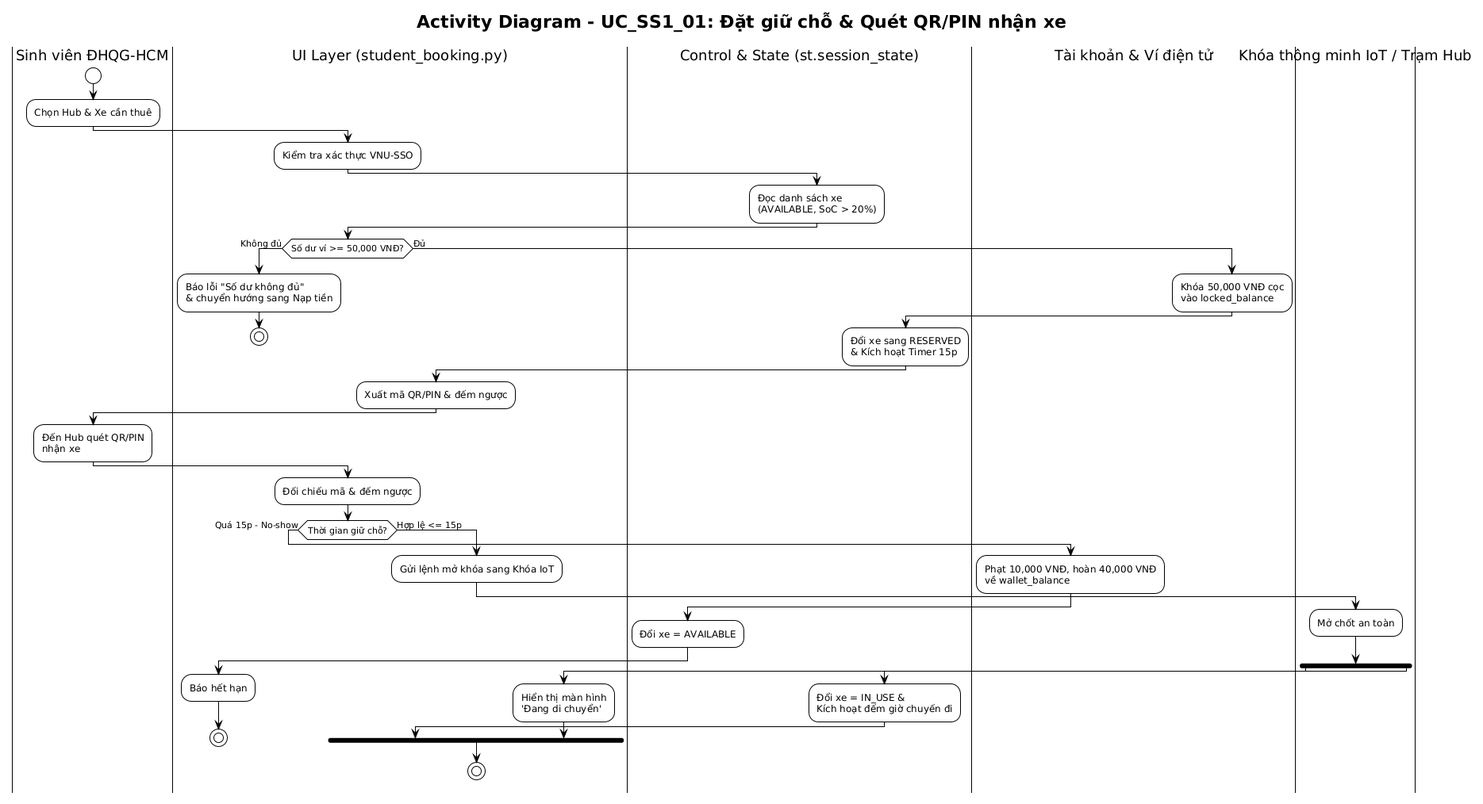
The PlantUML diagram docs/diagrams/Use-case detail-scenario/SS1/Activity diagrams/UC_SS1_01_NguyenThanhDat_activity.png in Dat-nguyen195/BTL_1_CNPM, before a commit. The source it was exported from:
```plantuml
@startuml
!theme plain
skinparam activityMessageAlign center

title Activity Diagram - UC_SS1_01: Đặt giữ chỗ & Quét QR/PIN nhận xe

|Sinh viên ĐHQG-HCM|
start
:Chọn Hub & Xe cần thuê;

|UI Layer (student_booking.py)|
:Kiểm tra xác thực VNU-SSO;

|Control & State (st.session_state)|
:Đọc danh sách xe\n(AVAILABLE, SoC > 20%);

|UI Layer (student_booking.py)|
if (Số dư ví >= 50,000 VNĐ?) then (Không đủ)
  :Báo lỗi "Số dư không đủ"\n& chuyển hướng sang Nạp tiền;
  stop
else (Đủ)
  |Tài khoản & Ví điện tử|
  :Khóa 50,000 VNĐ cọc\nvào locked_balance;

  |Control & State (st.session_state)|
  :Đổi xe sang RESERVED\n& Kích hoạt Timer 15p;

  |UI Layer (student_booking.py)|
  :Xuất mã QR/PIN & đếm ngược;
endif

|Sinh viên ĐHQG-HCM|
:Đến Hub quét QR/PIN\nnhận xe;

|UI Layer (student_booking.py)|
:Đối chiếu mã & đếm ngược;
if (Thời gian giữ chỗ?) then (Quá 15p - No-show)
  |Tài khoản & Ví điện tử|
  :Phạt 10,000 VNĐ, hoàn 40,000 VNĐ\nvề wallet_balance;

  |Control & State (st.session_state)|
  :Đổi xe = AVAILABLE;

  |UI Layer (student_booking.py)|
  :Báo hết hạn;
  stop
else (Hợp lệ <= 15p)
  |UI Layer (student_booking.py)|
  :Gửi lệnh mở khóa sang Khóa IoT;

  |Khóa thông minh IoT / Trạm Hub|
  :Mở chốt an toàn;

  fork
    |Control & State (st.session_state)|
    :Đổi xe = IN_USE &\nKích hoạt đếm giờ chuyến đi;
  fork again
    |UI Layer (student_booking.py)|
    :Hiển thị màn hình\n'Đang di chuyển';
  end fork

  stop
endif
@enduml
```
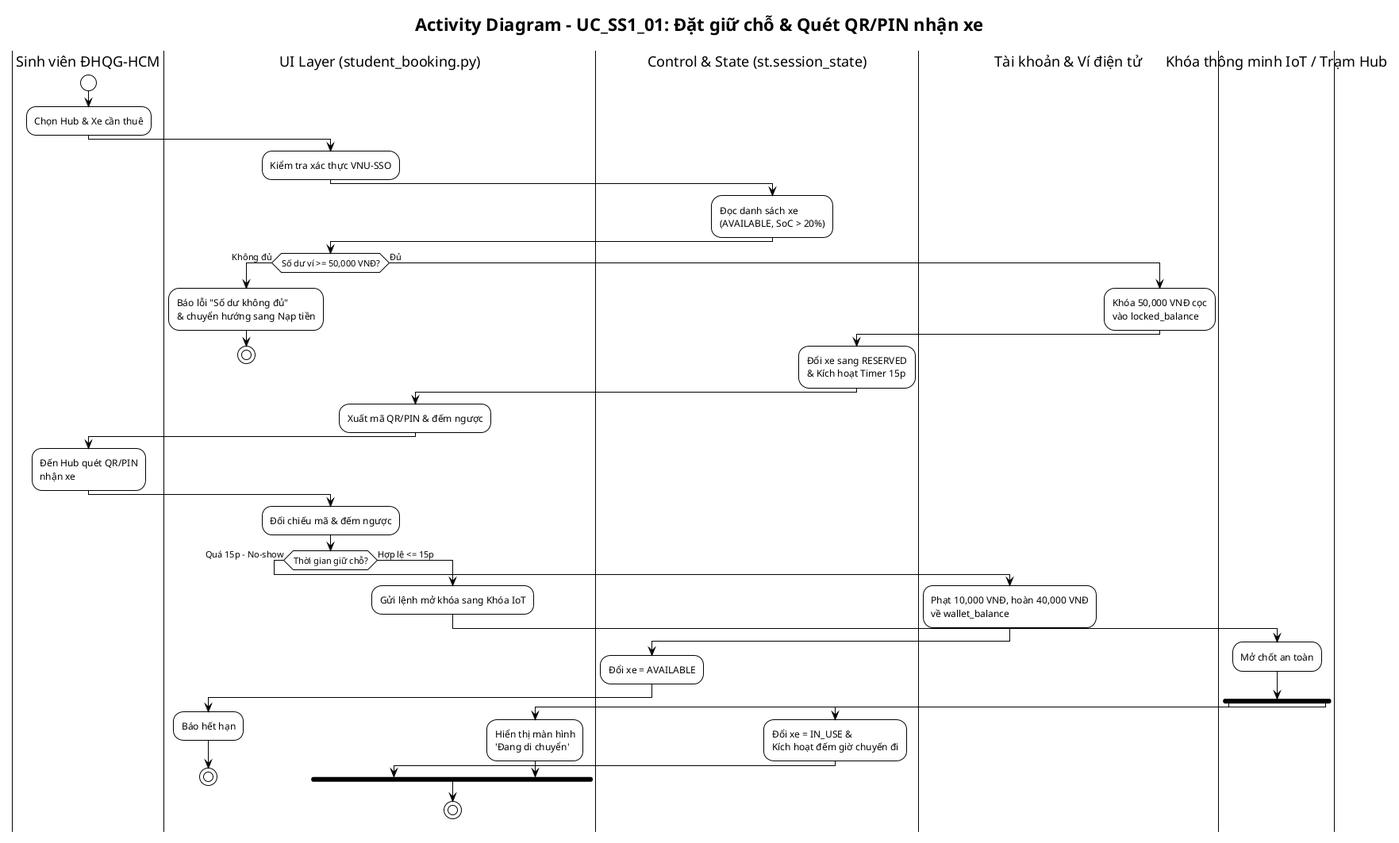
The same file after the commit.

The edit, as a diff of the source:
```diff
@@ -1,4 +1,5 @@
-@startuml
+@startuml UC_SS1_01_NguyenThanhDat_activity
+!pragma layout smetana
 !theme plain
 skinparam activityMessageAlign center
 
@@ -61,4 +62,5 @@
 
   stop
 endif
+
 @enduml
```
